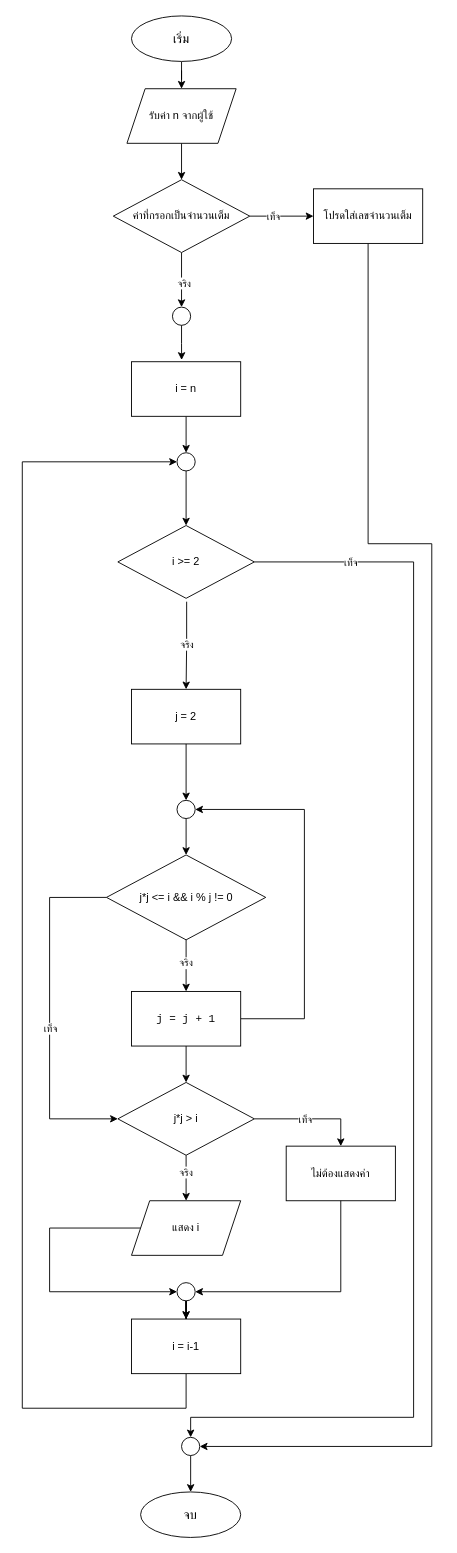
Above: Test-Midterm/HW6.drawio in PattaraponR/ENGCC304 (draw.io), before the change. Source tidied: cells renumbered, new cells numbered last; positions are measured from the earlier drawing's top-left corner, leaving out a move shared by most shapes. Both pictures are drawn from the tidied source at 91%, with x=0, y=0 at pixel (22, 15).
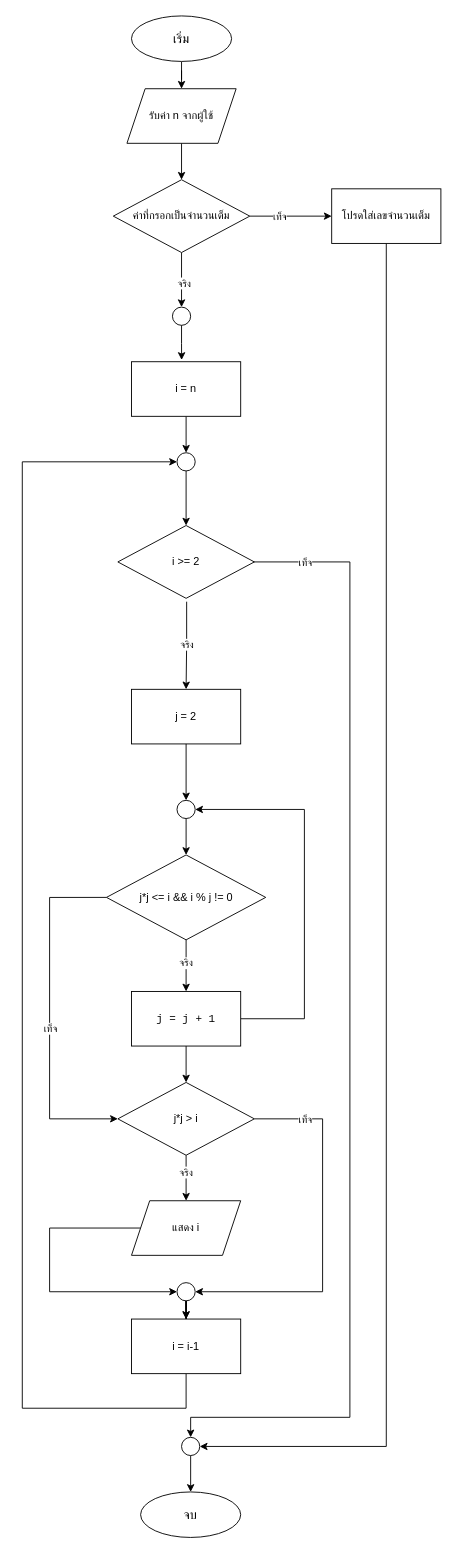
The same page after the edit.

Unchanged cells that the change refers to:
```xml
<mxCell id="18" value="i &amp;gt;= 2" style="rhombus;whiteSpace=wrap;html=1;" parent="1" vertex="1">
  <mxGeometry x="105" y="560" width="150" height="80" as="geometry" />
</mxCell>
<mxCell id="25" value="j*j &amp;gt; i" style="rhombus;whiteSpace=wrap;html=1;" parent="1" vertex="1">
  <mxGeometry x="105" y="1172" width="150" height="80" as="geometry" />
</mxCell>
<mxCell id="49" style="ellipse;whiteSpace=wrap;html=1;" parent="1" vertex="1">
  <mxGeometry x="170" y="1392" width="20" height="20" as="geometry" />
</mxCell>
<mxCell id="52" style="ellipse;whiteSpace=wrap;html=1;" parent="1" vertex="1">
  <mxGeometry x="175" y="1562" width="20" height="20" as="geometry" />
</mxCell>
```

The edit, as a diff of the source:
```diff
@@
     <mxCell id="9" style="edgeStyle=orthogonalEdgeStyle;rounded=0;jettySize=auto;html=1;entryX=1;entryY=0.5;entryDx=0;entryDy=0;" parent="1" edge="1" source="10" target="52">
       <mxGeometry relative="1" as="geometry">
         <Array as="points">
-          <mxPoint x="380" y="580" />
-          <mxPoint x="450" y="580" />
-          <mxPoint x="450" y="1572" />
+          <mxPoint x="400" y="1572" />
         </Array>
       </mxGeometry>
     </mxCell>
     <mxCell id="10" value="โปรดใส่เลขจำนวนเต็ม" style="rounded=0;whiteSpace=wrap;html=1;" parent="1" vertex="1">
-      <mxGeometry x="320" y="190" width="120" height="60" as="geometry" />
+      <mxGeometry x="340" y="190" width="120" height="60" as="geometry" />
     </mxCell>
@@
-    <mxCell id="17" style="edgeStyle=orthogonalEdgeStyle;rounded=0;jettySize=auto;html=1;entryX=0.5;entryY=0;entryDx=0;entryDy=0;" parent="1" edge="1" source="18" target="52">
+    <mxCell id="17" style="edgeStyle=orthogonalEdgeStyle;rounded=0;jettySize=auto;html=1;entryX=0.5;entryY=0;entryDx=0;entryDy=0;" parent="1" edge="1" target="52">
       <mxGeometry relative="1" as="geometry">
+        <mxPoint x="184.9" y="600" as="sourcePoint" />
         <Array as="points">
-          <mxPoint x="430" y="600" />
-          <mxPoint x="430" y="1540" />
+          <mxPoint x="360" y="600" />
+          <mxPoint x="360" y="1540" />
           <mxPoint x="185" y="1540" />
         </Array>
       </mxGeometry>
     </mxCell>
@@
-    <mxCell id="23" style="edgeStyle=orthogonalEdgeStyle;rounded=0;jettySize=auto;html=1;entryX=0.5;entryY=0;entryDx=0;entryDy=0;" parent="1" edge="1" source="25" target="30">
-      <mxGeometry relative="1" as="geometry" />
+    <mxCell id="23" style="edgeStyle=orthogonalEdgeStyle;rounded=0;jettySize=auto;html=1;entryX=1;entryY=0.5;entryDx=0;entryDy=0;" parent="1" edge="1" source="25" target="49">
+      <mxGeometry relative="1" as="geometry">
+        <Array as="points">
+          <mxPoint x="330" y="1212" />
+          <mxPoint x="330" y="1402" />
+        </Array>
+      </mxGeometry>
     </mxCell>
@@
-    <mxCell id="30" value="ไม่ต้องแสดงค่า" style="rounded=0;whiteSpace=wrap;html=1;" parent="1" vertex="1">
-      <mxGeometry x="290" y="1242" width="120" height="60" as="geometry" />
-    </mxCell>
@@
     <mxCell id="38" value="เท็จ" style="edgeLabel;html=1;align=center;verticalAlign=middle;" parent="1" vertex="1">
-      <mxGeometry x="360" y="600" as="geometry" />
+      <mxGeometry x="310" y="600" as="geometry" />
     </mxCell>
@@
-    <mxCell id="47" style="edgeStyle=orthogonalEdgeStyle;rounded=0;jettySize=auto;html=1;entryX=1;entryY=0.5;entryDx=0;entryDy=0;" parent="1" edge="1" source="30" target="49">
-      <mxGeometry relative="1" as="geometry">
-        <Array as="points">
-          <mxPoint x="350" y="1402" />
-        </Array>
-      </mxGeometry>
-    </mxCell>
```
